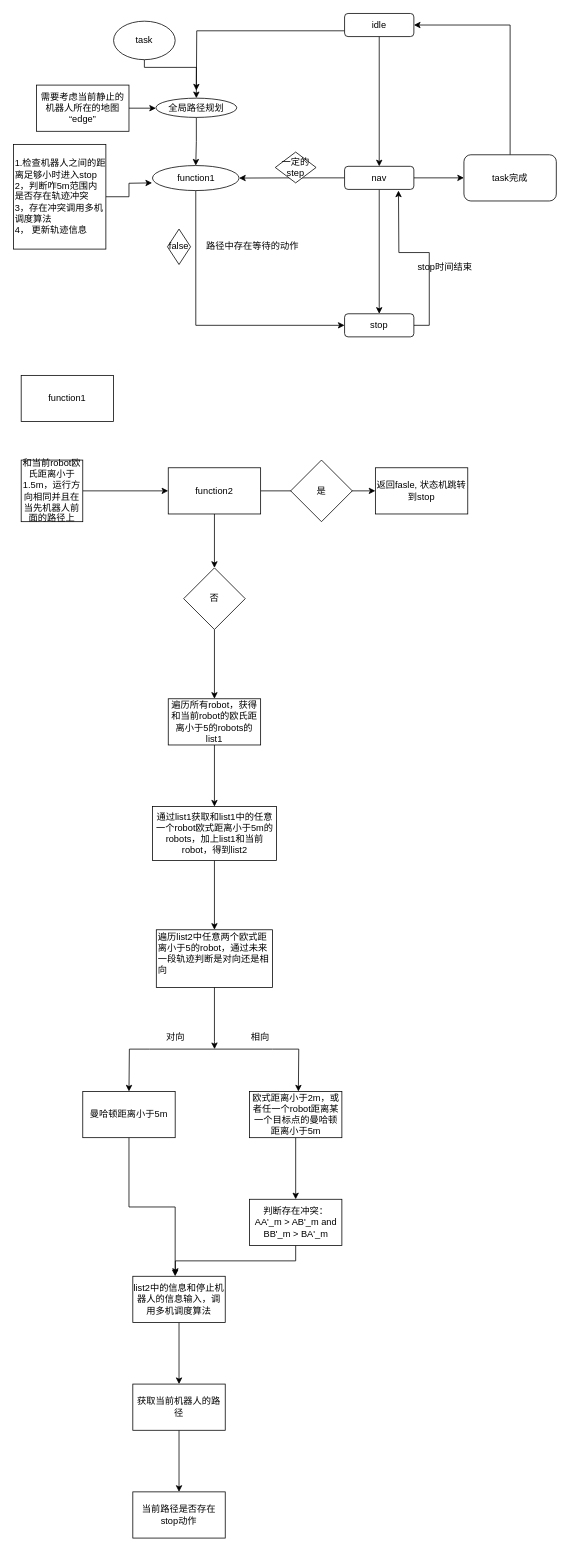
Before: page "Page-1" (1 of 2) of documents/状态机设计.drawio in Peter1qaz2wsx/flow_chart-, a draw.io diagram. Source tidied: cells renumbered, new cells numbered last; positions are measured from the earlier drawing's top-left corner, leaving out a move shared by most shapes. Both pictures are drawn from the tidied source at 77%, with x=0, y=0 at pixel (13, 13).
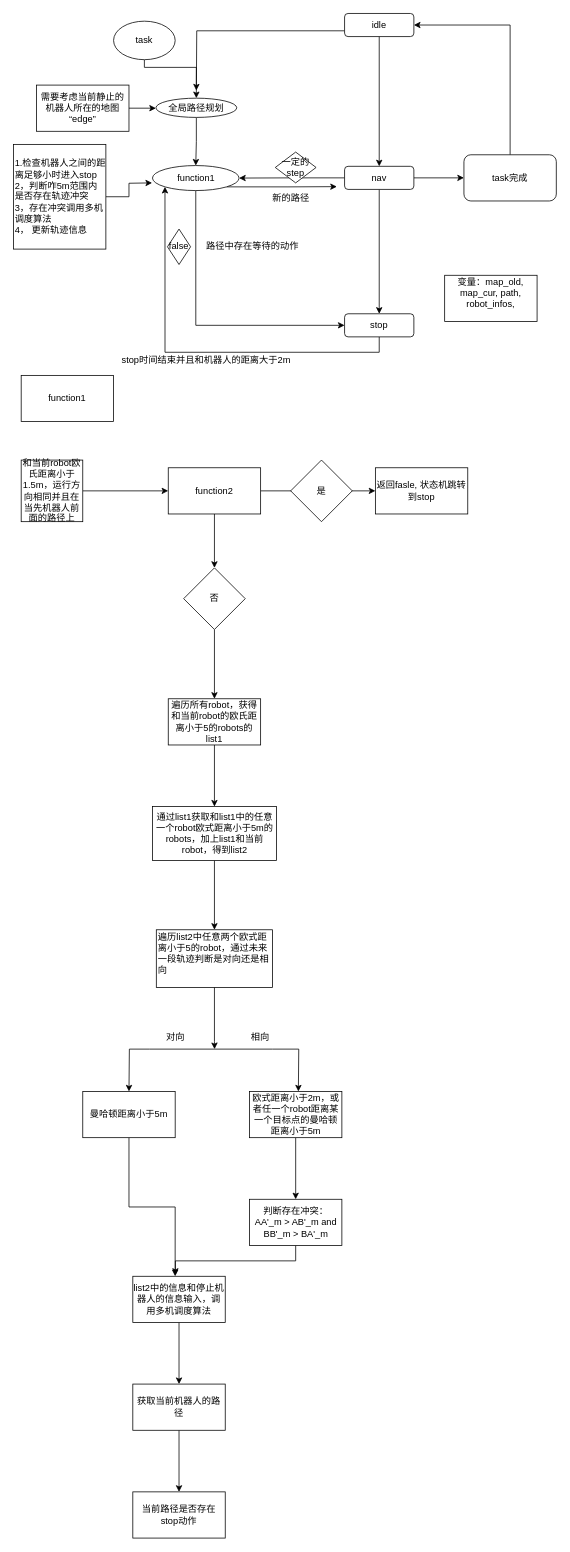
The same diagram, later.

Commit message:
Update 状态机设计.drawio

Unchanged cells that the change refers to:
```xml
<mxCell id="10" value="stop" style="rounded=1;whiteSpace=wrap;html=1;" parent="1" vertex="1">
  <mxGeometry x="430" y="390" width="90" height="30" as="geometry" />
</mxCell>
<mxCell id="18" value="function1" style="ellipse;whiteSpace=wrap;html=1;rounded=1;" parent="1" vertex="1">
  <mxGeometry x="180.5" y="197.5" width="112.5" height="32.5" as="geometry" />
</mxCell>
```

The edit, as a diff of the source:
```diff
@@
-    <mxCell id="9" style="edgeStyle=orthogonalEdgeStyle;rounded=0;jettySize=auto;html=1;exitX=1;exitY=0.5;exitDx=0;exitDy=0;" parent="1" edge="1" source="10">
-      <mxGeometry relative="1" as="geometry">
-        <mxPoint x="500" y="230" as="targetPoint" />
-      </mxGeometry>
-    </mxCell>
+    <mxCell id="60" style="edgeStyle=orthogonalEdgeStyle;rounded=0;jettySize=auto;html=1;exitX=0.5;exitY=1;exitDx=0;exitDy=0;entryX=0;entryY=1;entryDx=0;entryDy=0;" parent="1" edge="1" source="10" target="18">
+      <mxGeometry relative="1" as="geometry" />
+    </mxCell>
@@
+    <mxCell id="61" style="edgeStyle=orthogonalEdgeStyle;rounded=0;jettySize=auto;html=1;exitX=1;exitY=1;exitDx=0;exitDy=0;" parent="1" edge="1" source="18">
+      <mxGeometry relative="1" as="geometry">
+        <mxPoint x="420" y="224.9" as="targetPoint" />
+      </mxGeometry>
+    </mxCell>
@@
-    <mxCell id="59" value="&lt;div&gt;stop时间结束&lt;/div&gt;" style="text;html=1;align=center;verticalAlign=middle;strokeColor=none;fillColor=none;" parent="1" vertex="1">
-      <mxGeometry x="515" y="320" width="90" height="20" as="geometry" />
-    </mxCell>
+    <mxCell id="62" value="stop时间结束并且和机器人的距离大于2m" style="text;html=1;align=center;verticalAlign=middle;strokeColor=none;fillColor=none;" parent="1" vertex="1">
+      <mxGeometry x="130" y="440" width="240" height="20" as="geometry" />
+    </mxCell>
+    <mxCell id="63" value="新的路径" style="text;html=1;align=center;verticalAlign=middle;strokeColor=none;fillColor=none;" parent="1" vertex="1">
+      <mxGeometry x="330" y="230" width="60" height="20" as="geometry" />
+    </mxCell>
+    <mxCell id="64" value="&lt;div&gt;变量：map_old, map_cur, path, robot_infos, &lt;br&gt;&lt;/div&gt;&lt;div&gt;&lt;br&gt;&lt;/div&gt;" style="whiteSpace=wrap;html=1;" parent="1" vertex="1">
+      <mxGeometry x="560" y="340" width="120" height="60" as="geometry" />
+    </mxCell>
```
